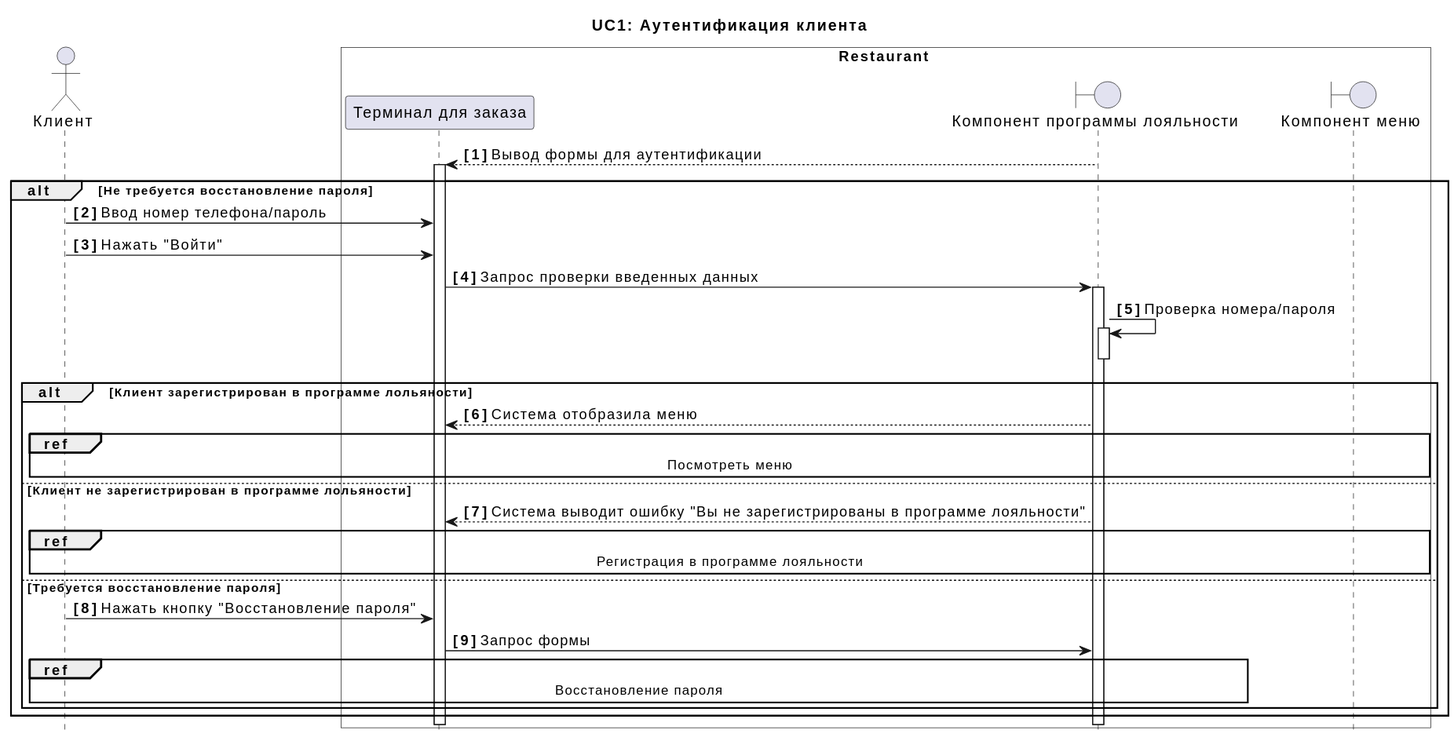
Before: docs/diagrams/include/UC1.svg, a diagram exported from PlantUML (xxx996/OTUS_Restaraunt).
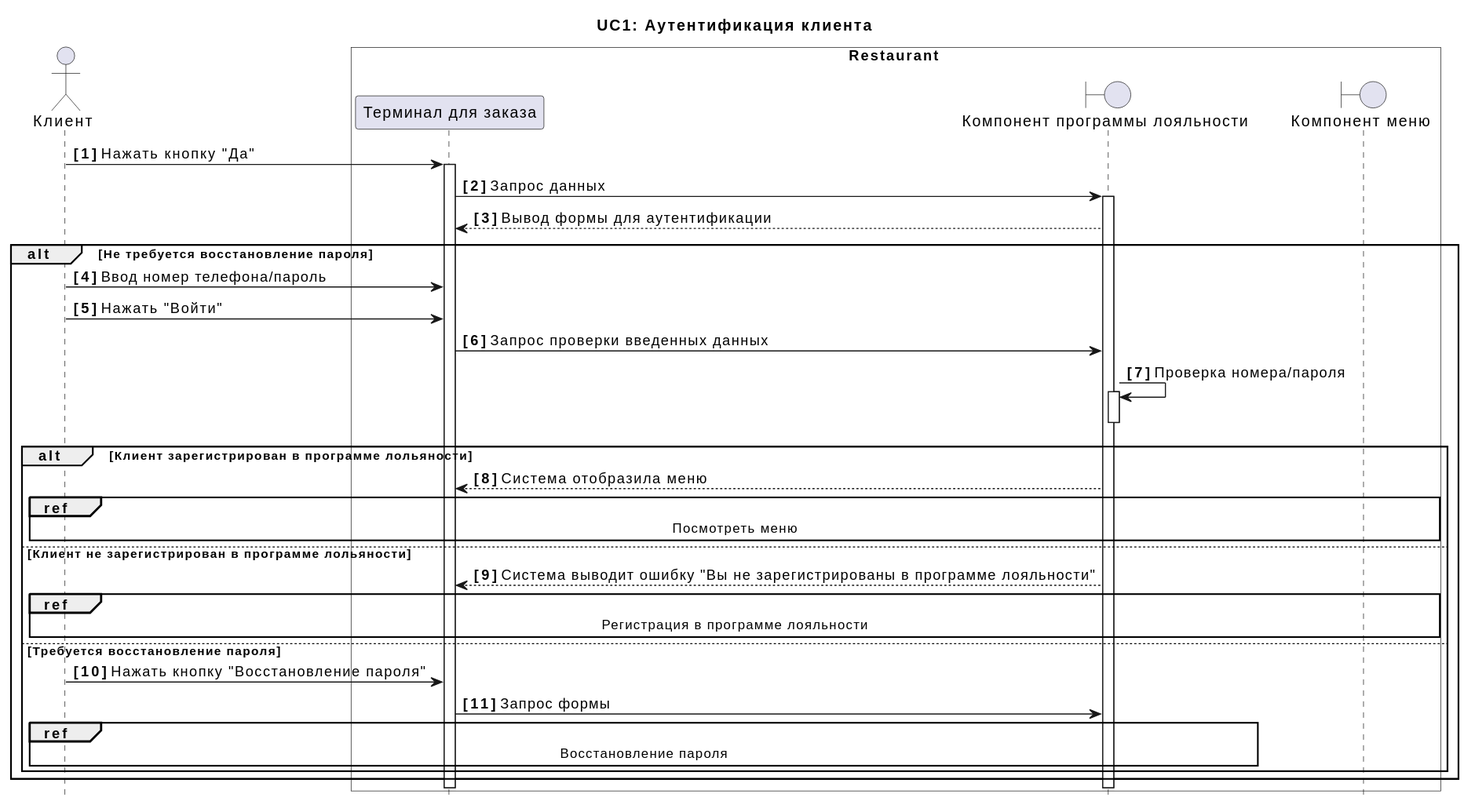
Later version of the same file.

Diff of the diagram source:
```diff
@@ -10,13 +10,15 @@
 hide footbox
 autonumber "<b>[0]"
 
-Q --> A++:  Вывод формы для аутентификации
+C-> A++:  Нажать кнопку "Да"
+A-> Q++:  Запрос данных
+Q --> A: Вывод формы для аутентификации
 
 alt Не требуется восстановление пароля
 
 C -> A:  Ввод номер телефона/пароль
 C -> A:  Нажать "Войти"
-A -> Q++:  Запрос проверки введенных данных
+A -> Q:  Запрос проверки введенных данных
 Q -> Q++:  Проверка номера/пароля
 Q--
 alt Клиент зарегистрирован в программе лольяности
```
